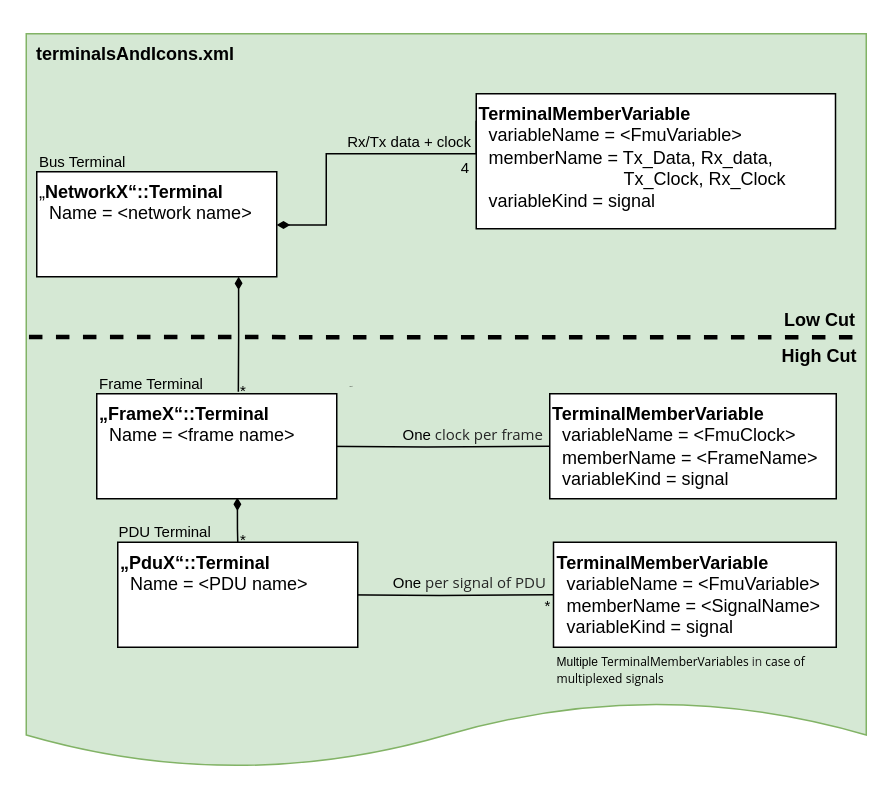
Earlier version of the draw.io diagram docs/images/terminal_relations.drawio (modelica/fmi-ls-bus). Source tidied: cells renumbered, new cells numbered last; positions are measured from the earlier drawing's top-left corner, leaving out a move shared by most shapes. Both pictures are drawn from the tidied source at 150%, with x=0, y=0 at pixel (26, 26).
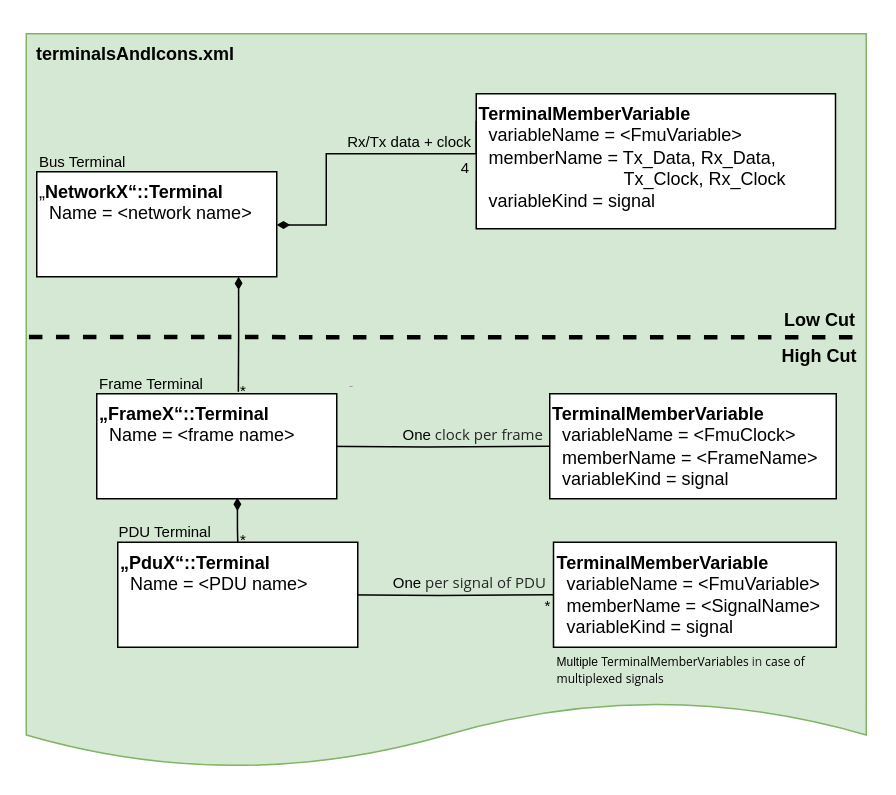
Above is the later version.

Commit message (it also covers changes not shown here):
Fix terminal relation graphic

Diff of the diagram source:
```diff
@@
-    <mxCell id="7" value="&lt;p style=&quot;margin-top: 0pt; margin-bottom: 0pt; margin-left: 0in; text-indent: 0in; direction: ltr; unicode-bidi: embed; word-break: normal;&quot;&gt;&lt;b&gt;TerminalMemberVariable&lt;/b&gt;&lt;/p&gt;&lt;p style=&quot;margin-top: 0pt; margin-bottom: 0pt; margin-left: 0in; text-indent: 0in; direction: ltr; unicode-bidi: embed; word-break: normal;&quot;&gt;&amp;nbsp; variableName = &amp;lt;FmuVariable&amp;gt;&lt;/p&gt;&lt;p style=&quot;margin-top: 0pt; margin-bottom: 0pt; margin-left: 0in; text-indent: 0in; direction: ltr; unicode-bidi: embed; word-break: normal;&quot;&gt;&amp;nbsp; memberName = Tx_Data, Rx_data,&amp;nbsp; &amp;nbsp; &amp;nbsp; &amp;nbsp; &amp;nbsp; &amp;nbsp; &amp;nbsp; &amp;nbsp; &amp;nbsp; &amp;nbsp; &amp;nbsp; &amp;nbsp; &amp;nbsp; &amp;nbsp; &amp;nbsp; &amp;nbsp; &amp;nbsp; &amp;nbsp; &amp;nbsp; &amp;nbsp; &amp;nbsp;Tx_Clock, Rx_Clock&amp;nbsp;&amp;nbsp;&lt;/p&gt;&lt;p style=&quot;margin-top: 0pt; margin-bottom: 0pt; margin-left: 0in; text-indent: 0in; direction: ltr; unicode-bidi: embed; word-break: normal;&quot;&gt;&amp;nbsp; variableKind = signal&lt;/p&gt;&lt;div&gt;&lt;br&gt;&lt;/div&gt;" style="rounded=0;whiteSpace=wrap;html=1;align=left;verticalAlign=top;" parent="1" vertex="1">
+    <mxCell id="7" value="&lt;p style=&quot;margin-top: 0pt; margin-bottom: 0pt; margin-left: 0in; text-indent: 0in; direction: ltr; unicode-bidi: embed; word-break: normal;&quot;&gt;&lt;b&gt;TerminalMemberVariable&lt;/b&gt;&lt;/p&gt;&lt;p style=&quot;margin-top: 0pt; margin-bottom: 0pt; margin-left: 0in; text-indent: 0in; direction: ltr; unicode-bidi: embed; word-break: normal;&quot;&gt;&amp;nbsp; variableName = &amp;lt;FmuVariable&amp;gt;&lt;/p&gt;&lt;p style=&quot;margin-top: 0pt; margin-bottom: 0pt; margin-left: 0in; text-indent: 0in; direction: ltr; unicode-bidi: embed; word-break: normal;&quot;&gt;&amp;nbsp; memberName = Tx_Data, Rx_Data,&amp;nbsp; &amp;nbsp; &amp;nbsp; &amp;nbsp; &amp;nbsp; &amp;nbsp; &amp;nbsp; &amp;nbsp; &amp;nbsp; &amp;nbsp; &amp;nbsp; &amp;nbsp; &amp;nbsp; &amp;nbsp; &amp;nbsp; &amp;nbsp; &amp;nbsp; &amp;nbsp; &amp;nbsp; &amp;nbsp; &amp;nbsp;Tx_Clock, Rx_Clock&amp;nbsp;&amp;nbsp;&lt;/p&gt;&lt;p style=&quot;margin-top: 0pt; margin-bottom: 0pt; margin-left: 0in; text-indent: 0in; direction: ltr; unicode-bidi: embed; word-break: normal;&quot;&gt;&amp;nbsp; variableKind = signal&lt;/p&gt;&lt;div&gt;&lt;br&gt;&lt;/div&gt;" style="rounded=0;whiteSpace=wrap;html=1;align=left;verticalAlign=top;" parent="1" vertex="1">
       <mxGeometry x="300" y="45" width="239.5" height="90" as="geometry" />
     </mxCell>
```
